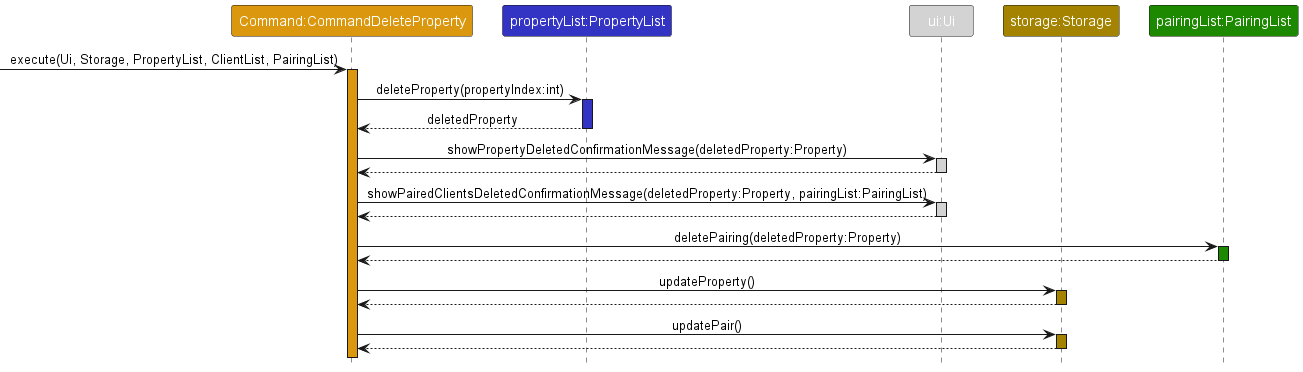
Above: docs/diagrams/DeletePropertySD.png in nus-cs2113-AY2223S1/tp (PlantUML), before the change.
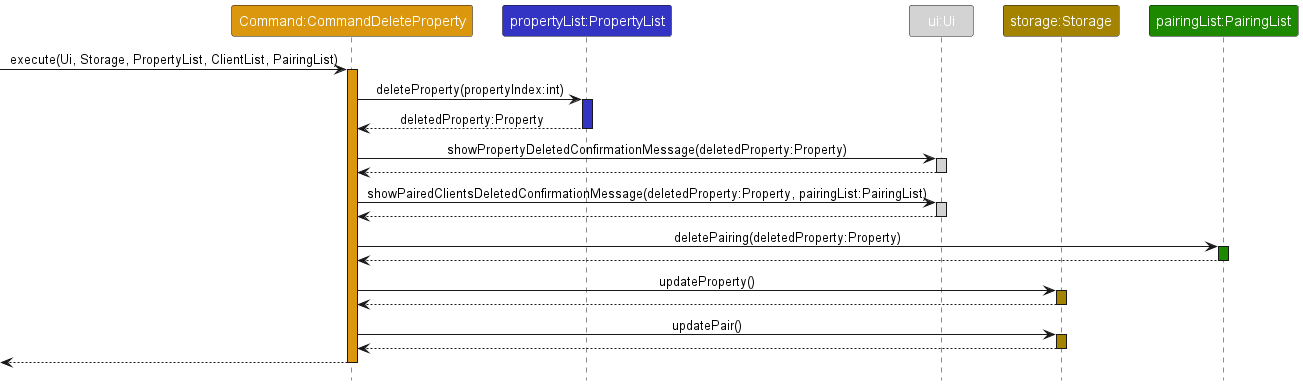
Later version of the same file.

Change to the diagram source:
```diff
@@ -14,7 +14,7 @@
 
 CommandDeleteProperty -> PropertyList : deleteProperty(propertyIndex:int)
 activate PropertyList PROPERTY_LIST_COLOR
-return deletedProperty
+return deletedProperty:Property
 
 CommandDeleteProperty -> Ui : showPropertyDeletedConfirmationMessage(deletedProperty:Property)
 activate Ui UI_COLOR
@@ -36,4 +36,6 @@
 activate Storage STORAGE_COLOR
 return
 
+return
+
 @enduml
```
